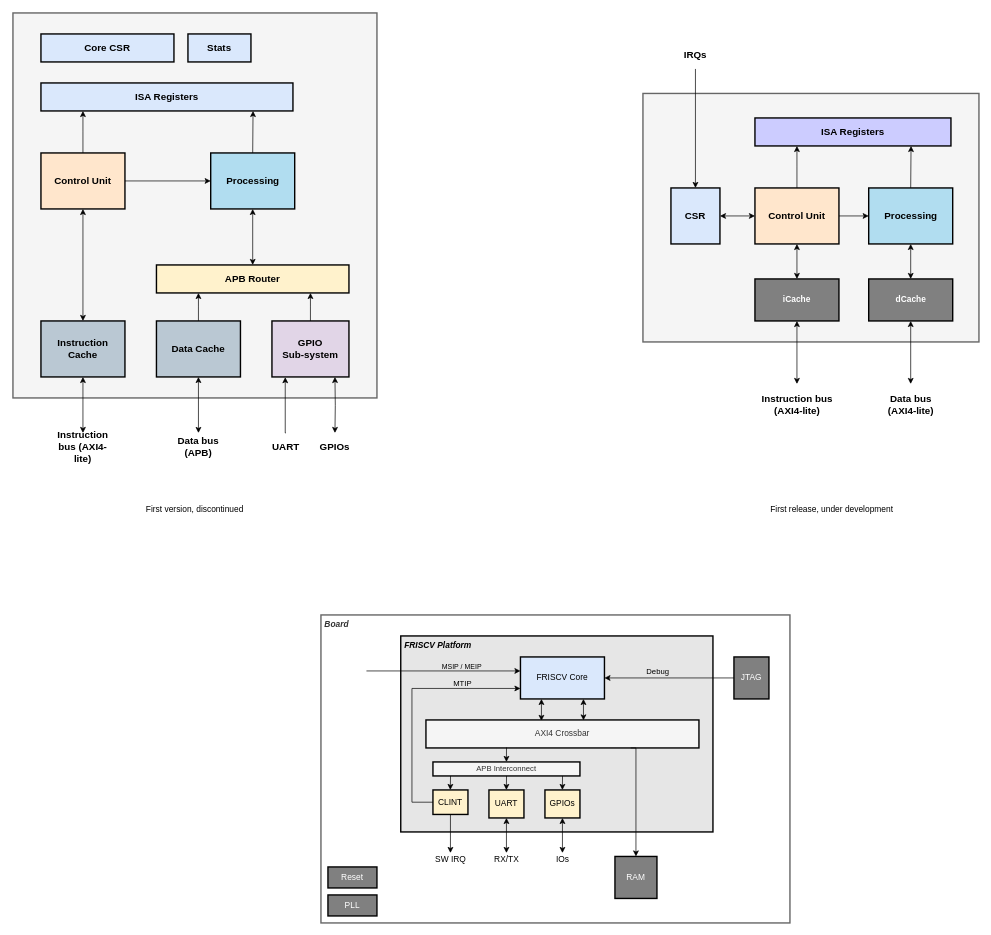
The draw.io diagram page "Core/Platform" (1 of 8) of doc/friscv.drawio in dpretet/friscv, before the edit. Source tidied: cells renumbered, new cells numbered last; positions are measured from the earlier drawing's top-left corner, leaving out a move shared by most shapes. Both pictures are drawn from the tidied source at 70%, with x=0, y=0 at pixel (13, 13).
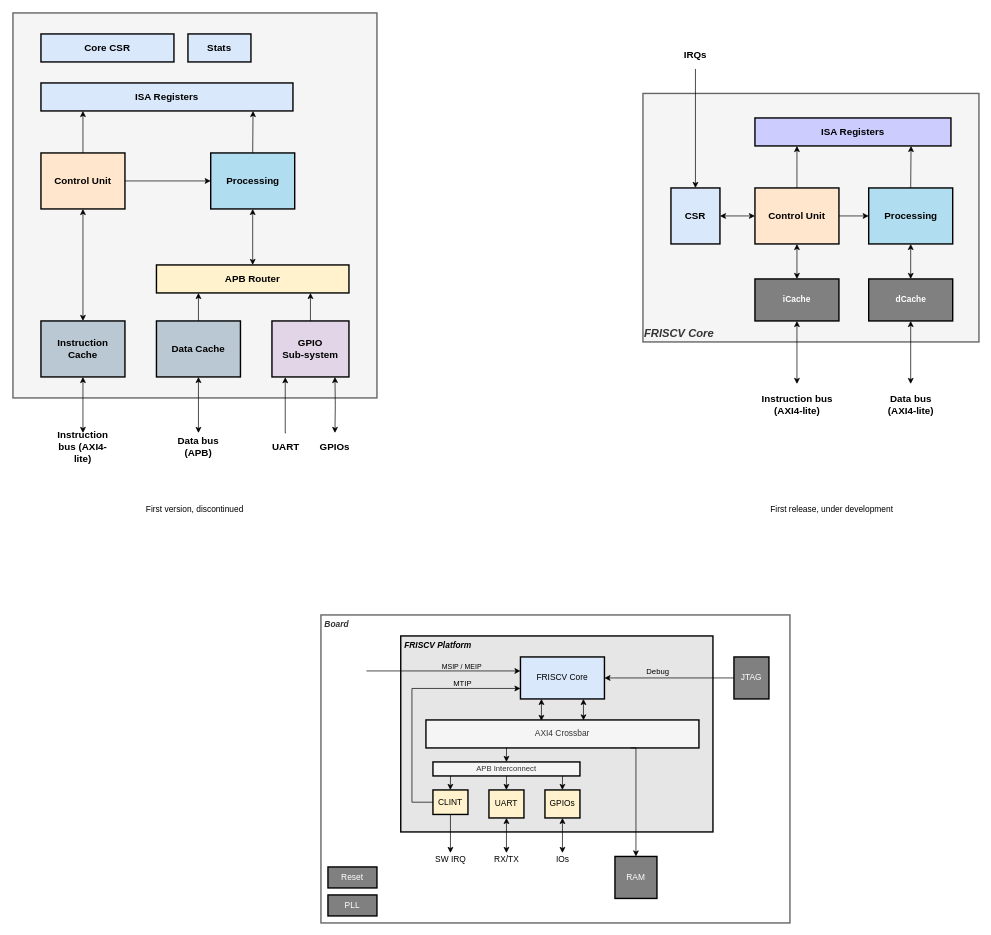
The same page after the edit.

The edit, as a diff of the source:
```diff
@@
-    <mxCell id="28" style="rounded=0;whiteSpace=wrap;html=1;strokeWidth=2;fillColor=#f5f5f5;strokeColor=#666666;fontColor=#333333;fontSize=16;verticalAlign=top;align=right;fontStyle=3;" parent="1" vertex="1">
+    <mxCell id="28" value="FRISCV Core" style="rounded=0;whiteSpace=wrap;html=1;strokeWidth=2;fillColor=#f5f5f5;strokeColor=#666666;fontColor=#333333;fontSize=16;verticalAlign=bottom;align=left;fontStyle=3;" parent="1" vertex="1">
       <mxGeometry x="900" y="115" width="480" height="355" as="geometry" />
     </mxCell>
```
